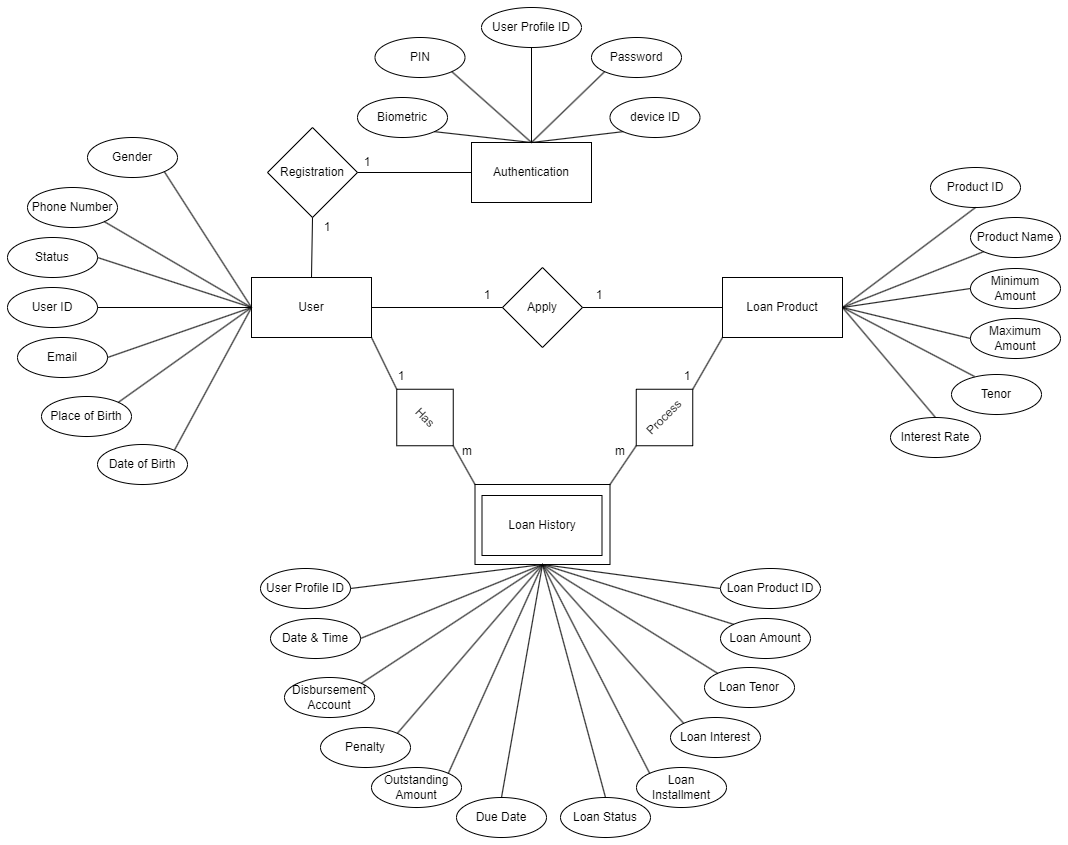
Earlier version of the draw.io export Entity Relationship Diagram.png (emji-MG/ApplicationDesign). Source tidied: cells renumbered, new cells last; positions are measured from the earlier drawing's top-left corner, leaving out a move shared by most shapes.
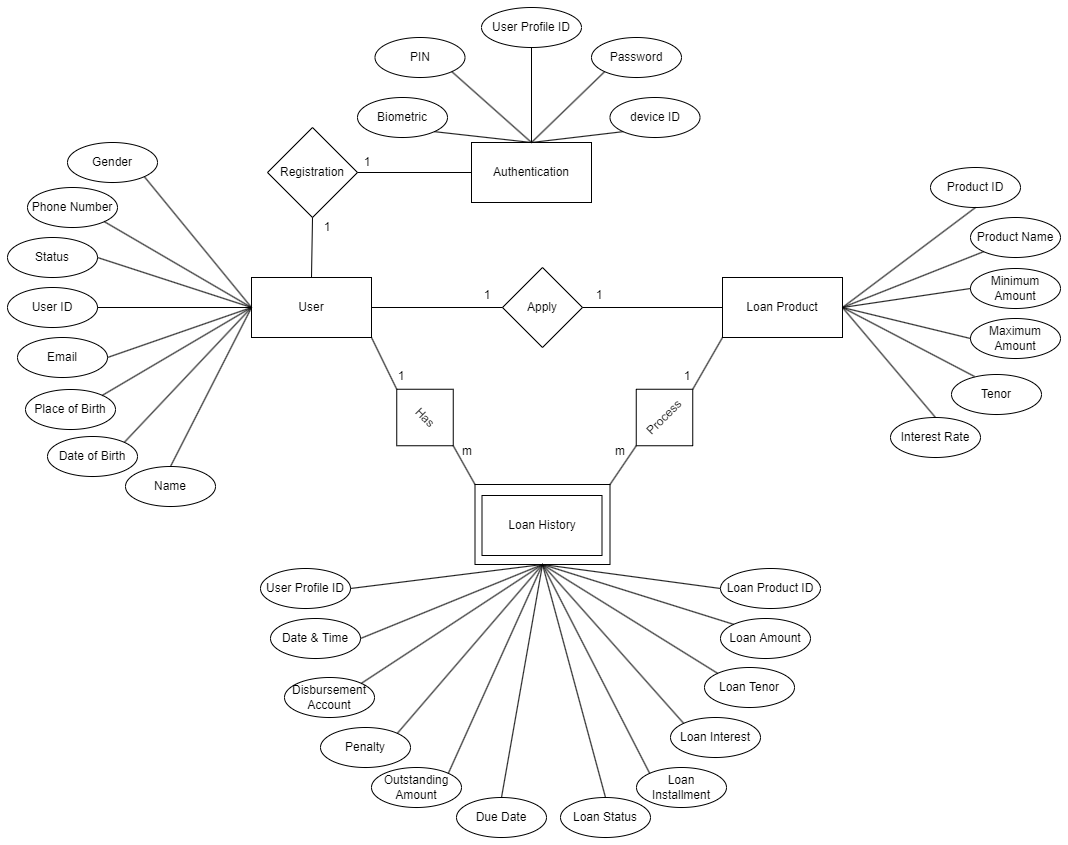
Later version of the same file.

What changed in the source:
```diff
@@ -12,13 +12,13 @@
       <mxGeometry y="280" width="90" height="40" as="geometry" />
     </mxCell>
     <mxCell id="5" value="Place of Birth" style="ellipse;whiteSpace=wrap;html=1;" parent="1" vertex="1">
-      <mxGeometry x="34" y="389" width="90" height="40" as="geometry" />
+      <mxGeometry x="18" y="382" width="90" height="40" as="geometry" />
     </mxCell>
     <mxCell id="6" value="Date of Birth" style="ellipse;whiteSpace=wrap;html=1;" parent="1" vertex="1">
-      <mxGeometry x="90" y="437" width="90" height="40" as="geometry" />
+      <mxGeometry x="40" y="429" width="90" height="40" as="geometry" />
     </mxCell>
     <mxCell id="7" value="Gender" style="ellipse;whiteSpace=wrap;html=1;" parent="1" vertex="1">
-      <mxGeometry x="80" y="130" width="90" height="40" as="geometry" />
+      <mxGeometry x="60" y="135" width="90" height="40" as="geometry" />
     </mxCell>
     <mxCell id="8" value="Email" style="ellipse;whiteSpace=wrap;html=1;" parent="1" vertex="1">
       <mxGeometry x="10" y="330" width="90" height="40" as="geometry" />
@@ -257,5 +257,11 @@
     <mxCell id="86" style="endArrow=none;html=1;rounded=0;entryX=0;entryY=1;entryDx=0;entryDy=0;exitX=0.5;exitY=0;exitDx=0;exitDy=0;" parent="1" edge="1" source="11" target="85">
       <mxGeometry relative="1" as="geometry" />
     </mxCell>
+    <mxCell id="87" value="Name" style="ellipse;whiteSpace=wrap;html=1;" parent="1" vertex="1">
+      <mxGeometry x="118" y="459" width="90" height="40" as="geometry" />
+    </mxCell>
+    <mxCell id="88" style="endArrow=none;html=1;rounded=0;exitX=0.5;exitY=0;exitDx=0;exitDy=0;entryX=0;entryY=0.5;entryDx=0;entryDy=0;" parent="1" edge="1" source="87" target="3">
+      <mxGeometry relative="1" as="geometry" />
+    </mxCell>
   </root>
 </mxGraphModel>
```
